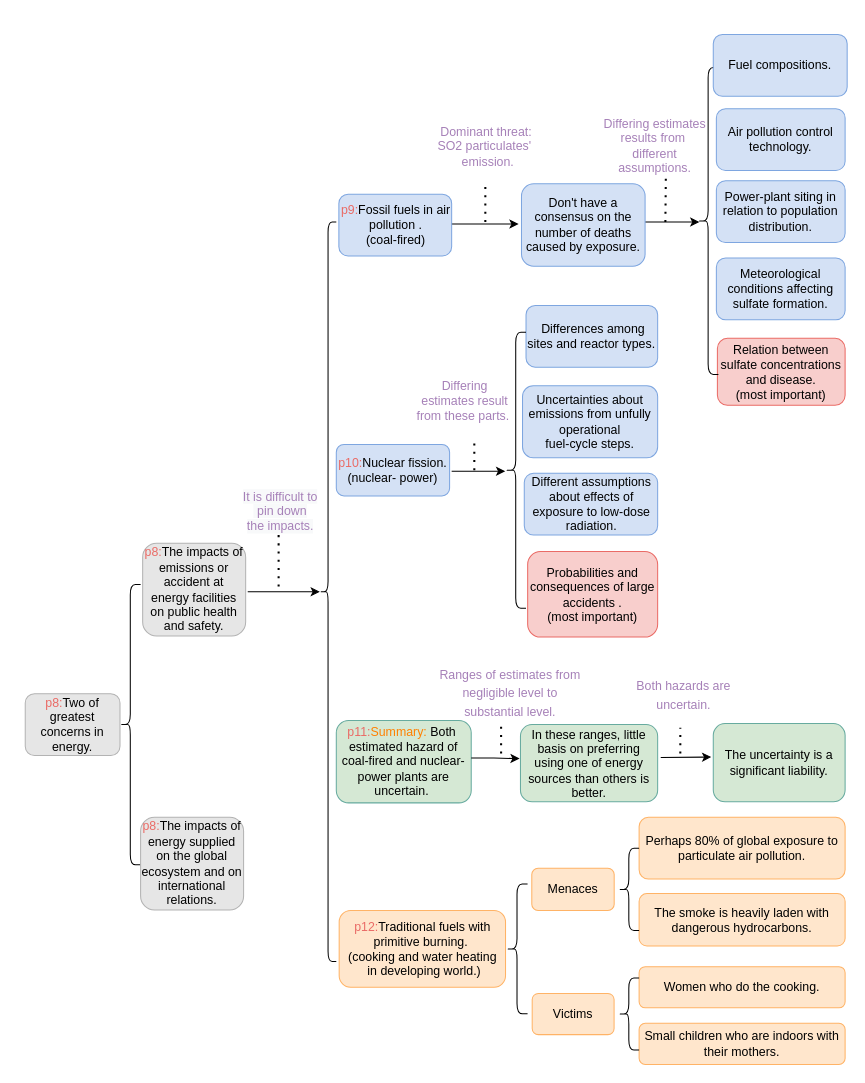
Earlier version of the draw.io diagram mindmap.drawio (limengzhu3211/draw). Source tidied: cells renumbered, new cells numbered last; positions are measured from the earlier drawing's top-left corner, leaving out a move shared by most shapes. Both pictures are drawn from the tidied source at 103%, with x=0, y=0 at pixel (25, 34).
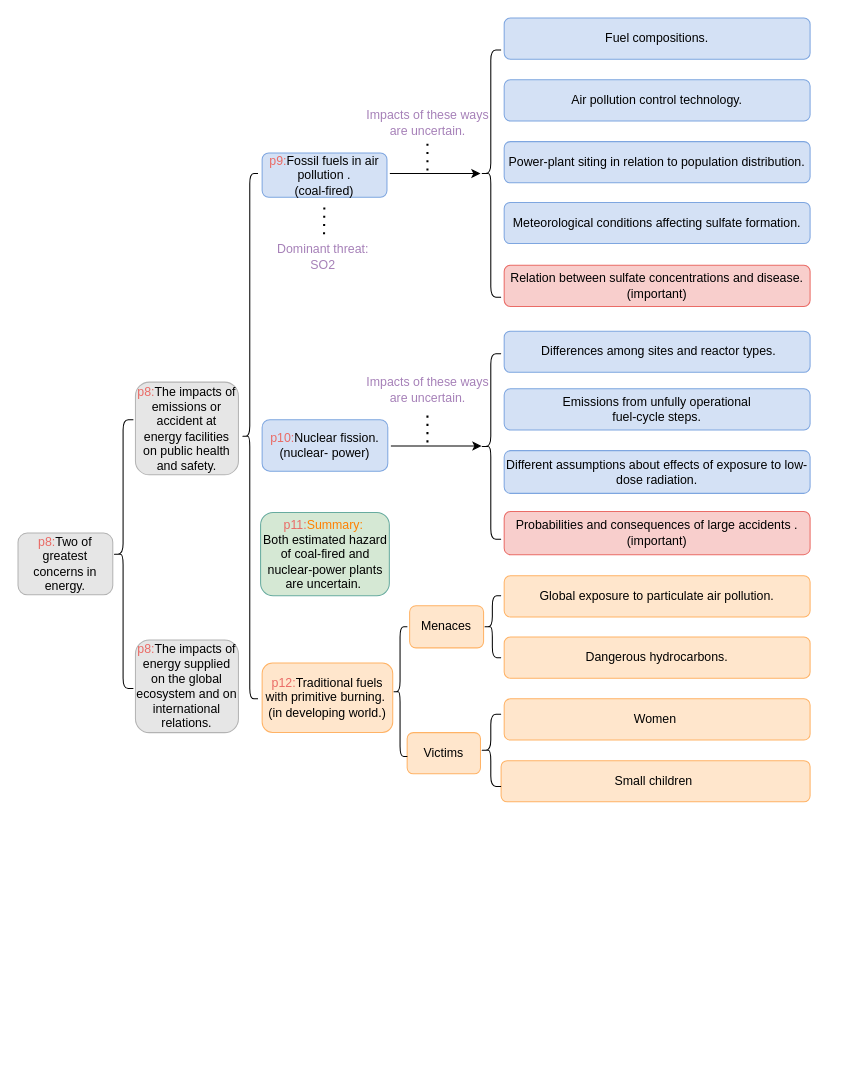
The same page after the edit.

What changed in the source:
```diff
@@
-    <mxCell id="2" style="edgeStyle=orthogonalEdgeStyle;rounded=0;orthogonalLoop=1;jettySize=auto;html=1;" parent="1" edge="1">
-      <mxGeometry relative="1" as="geometry">
-        <mxPoint x="594" y="182" as="sourcePoint" />
-        <mxPoint x="654.5" y="182" as="targetPoint" />
-      </mxGeometry>
-    </mxCell>
     <mxCell id="3" value="&lt;font color=&quot;#ea6b66&quot;&gt;p8:&lt;/font&gt;Two of greatest concerns in energy." style="rounded=1;whiteSpace=wrap;html=1;fillColor=#E6E6E6;strokeColor=#B3B3B3;" parent="1" vertex="1">
-      <mxGeometry y="640" width="92" height="60" as="geometry" />
+      <mxGeometry x="-7" y="484" width="92" height="60" as="geometry" />
     </mxCell>
     <mxCell id="4" style="shape=curlyBracket;whiteSpace=wrap;html=1;rounded=1;size=0.5;" parent="1" vertex="1">
-      <mxGeometry x="92" y="534" width="20" height="272" as="geometry" />
+      <mxGeometry x="85" y="374" width="20" height="261" as="geometry" />
     </mxCell>
     <mxCell id="5" value="&lt;font color=&quot;#ea6b66&quot;&gt;p8:&lt;/font&gt;The impacts of energy supplied on the global ecosystem and on international relations." style="rounded=1;whiteSpace=wrap;html=1;fillColor=#E6E6E6;strokeColor=#B3B3B3;" parent="1" vertex="1">
-      <mxGeometry x="112" y="760" width="100" height="90" as="geometry" />
+      <mxGeometry x="107" y="587.8" width="100" height="90" as="geometry" />
     </mxCell>
     <mxCell id="6" value="&lt;font color=&quot;#ea6b66&quot;&gt;p8:&lt;/font&gt;The impacts of emissions or accident at energy facilities on public health and safety." style="rounded=1;whiteSpace=wrap;html=1;fillColor=#E6E6E6;strokeColor=#B3B3B3;" parent="1" vertex="1">
-      <mxGeometry x="114" y="494" width="100" height="90" as="geometry" />
+      <mxGeometry x="107" y="337.5" width="100" height="90" as="geometry" />
     </mxCell>
     <mxCell id="7" value="&lt;font color=&quot;#ea6b66&quot;&gt;p10:&lt;/font&gt;Nuclear fission.&lt;br&gt;(nuclear- power)" style="rounded=1;whiteSpace=wrap;html=1;fillColor=#D4E1F5;strokeColor=#7EA6E0;" parent="1" vertex="1">
-      <mxGeometry x="302" y="398" width="110" height="50" as="geometry" />
+      <mxGeometry x="230" y="374" width="122" height="50" as="geometry" />
     </mxCell>
     <mxCell id="8" value="Air pollution control technology." style="rounded=1;whiteSpace=wrap;html=1;fillColor=#D4E1F5;strokeColor=#7EA6E0;" parent="1" vertex="1">
-      <mxGeometry x="671" y="72" width="125" height="60" as="geometry" />
+      <mxGeometry x="465" y="44" width="297" height="40" as="geometry" />
     </mxCell>
     <mxCell id="9" value="Power-plant siting in relation to population distribution." style="rounded=1;whiteSpace=wrap;html=1;fillColor=#D4E1F5;strokeColor=#7EA6E0;" parent="1" vertex="1">
-      <mxGeometry x="671" y="142" width="125" height="60" as="geometry" />
+      <mxGeometry x="465" y="104" width="297" height="40" as="geometry" />
     </mxCell>
     <mxCell id="10" value="Meteorological conditions affecting sulfate formation." style="rounded=1;whiteSpace=wrap;html=1;fillColor=#D4E1F5;strokeColor=#7EA6E0;" parent="1" vertex="1">
-      <mxGeometry x="671" y="217" width="125" height="60" as="geometry" />
+      <mxGeometry x="465" y="163" width="297" height="40" as="geometry" />
     </mxCell>
-    <mxCell id="11" value="Relation between sulfate concentrations and disease. &lt;br&gt;(most important)" style="rounded=1;whiteSpace=wrap;html=1;fillColor=#F8CECC;strokeColor=#EA6B66;" parent="1" vertex="1">
-      <mxGeometry x="672" y="295" width="124" height="65" as="geometry" />
+    <mxCell id="11" value="Relation between sulfate concentrations and disease. &lt;br&gt;(important)" style="rounded=1;whiteSpace=wrap;html=1;fillColor=#F8CECC;strokeColor=#EA6B66;" parent="1" vertex="1">
+      <mxGeometry x="465" y="224" width="297" height="40" as="geometry" />
     </mxCell>
     <mxCell id="12" style="shape=curlyBracket;whiteSpace=wrap;html=1;rounded=1;size=0.5;" parent="1" vertex="1">
-      <mxGeometry x="653" y="32" width="20" height="298" as="geometry" />
+      <mxGeometry x="442" y="15" width="20" height="240" as="geometry" />
     </mxCell>
     <mxCell id="13" value="&amp;nbsp;Differences among sites and reactor types." style="rounded=1;whiteSpace=wrap;html=1;fillColor=#D4E1F5;strokeColor=#7EA6E0;" parent="1" vertex="1">
-      <mxGeometry x="486.2" y="263" width="127.8" height="60" as="geometry" />
+      <mxGeometry x="465" y="288" width="297" height="40" as="geometry" />
     </mxCell>
-    <mxCell id="14" value="Uncertainties about emissions from unfully operational&lt;br&gt;fuel-cycle steps." style="rounded=1;whiteSpace=wrap;html=1;fillColor=#D4E1F5;strokeColor=#7EA6E0;" parent="1" vertex="1">
-      <mxGeometry x="482.8" y="341" width="131.2" height="70" as="geometry" />
+    <mxCell id="14" value="Emissions from unfully operational&lt;br&gt;fuel-cycle steps." style="rounded=1;whiteSpace=wrap;html=1;fillColor=#D4E1F5;strokeColor=#7EA6E0;" parent="1" vertex="1">
+      <mxGeometry x="465" y="344" width="297" height="40" as="geometry" />
     </mxCell>
     <mxCell id="15" value="Different assumptions about effects of exposure to low-dose radiation." style="rounded=1;whiteSpace=wrap;html=1;fillColor=#D4E1F5;strokeColor=#7EA6E0;" parent="1" vertex="1">
-      <mxGeometry x="484.5" y="426" width="129.5" height="60" as="geometry" />
+      <mxGeometry x="465" y="404" width="297" height="41.5" as="geometry" />
     </mxCell>
-    <mxCell id="16" value="Probabilities and consequences of large accidents .&lt;br&gt;(most important)" style="rounded=1;whiteSpace=wrap;html=1;fillColor=#F8CECC;strokeColor=#EA6B66;" parent="1" vertex="1">
-      <mxGeometry x="487.8" y="502" width="126.2" height="83" as="geometry" />
+    <mxCell id="16" value="Probabilities and consequences of large accidents .&lt;br&gt;(important)" style="rounded=1;whiteSpace=wrap;html=1;fillColor=#F8CECC;strokeColor=#EA6B66;" parent="1" vertex="1">
+      <mxGeometry x="465" y="463" width="297" height="42" as="geometry" />
     </mxCell>
     <mxCell id="17" style="shape=curlyBracket;whiteSpace=wrap;html=1;rounded=1;size=0.5;" parent="1" vertex="1">
-      <mxGeometry x="466.2" y="289" width="20" height="268" as="geometry" />
+      <mxGeometry x="442" y="310" width="20" height="180" as="geometry" />
     </mxCell>
-    <mxCell id="18" value="In these ranges, little basis on preferring using one of energy sources than others is better." style="rounded=1;whiteSpace=wrap;html=1;fillColor=#D5E8D4;strokeColor=#67AB9F;" parent="1" vertex="1">
-      <mxGeometry x="480.8" y="670" width="133.2" height="75" as="geometry" />
-    </mxCell>
-    <mxCell id="19" value="Perhaps 80% of global exposure to particulate air pollution." style="rounded=1;whiteSpace=wrap;html=1;fillColor=#FFE6CC;strokeColor=#FFB366;" parent="1" vertex="1">
-      <mxGeometry x="596" y="760" width="200" height="60" as="geometry" />
+    <mxCell id="19" value="Global exposure to particulate air pollution." style="rounded=1;whiteSpace=wrap;html=1;fillColor=#FFE6CC;strokeColor=#FFB366;" parent="1" vertex="1">
+      <mxGeometry x="465" y="525.5" width="297" height="40" as="geometry" />
     </mxCell>
-    <mxCell id="20" value="Women who do the cooking." style="rounded=1;whiteSpace=wrap;html=1;fillColor=#FFE6CC;strokeColor=#FFB366;" parent="1" vertex="1">
-      <mxGeometry x="596" y="905" width="200" height="40" as="geometry" />
+    <mxCell id="20" value="Women&amp;nbsp;" style="rounded=1;whiteSpace=wrap;html=1;fillColor=#FFE6CC;strokeColor=#FFB366;" parent="1" vertex="1">
+      <mxGeometry x="465" y="645" width="297" height="40" as="geometry" />
     </mxCell>
-    <mxCell id="21" value="Small children who are indoors with their mothers." style="rounded=1;whiteSpace=wrap;html=1;fillColor=#FFE6CC;strokeColor=#FFB366;" parent="1" vertex="1">
-      <mxGeometry x="596" y="960" width="200" height="40" as="geometry" />
+    <mxCell id="21" value="Small children&amp;nbsp;" style="rounded=1;whiteSpace=wrap;html=1;fillColor=#FFE6CC;strokeColor=#FFB366;" parent="1" vertex="1">
+      <mxGeometry x="462" y="705" width="300" height="40" as="geometry" />
     </mxCell>
     <mxCell id="22" value="Victims" style="rounded=1;whiteSpace=wrap;html=1;fillColor=#FFE6CC;strokeColor=#FFB366;" parent="1" vertex="1">
-      <mxGeometry x="492.2" y="931" width="79.5" height="40" as="geometry" />
+      <mxGeometry x="370.8" y="677.8" width="71.2" height="40" as="geometry" />
     </mxCell>
     <mxCell id="23" style="shape=curlyBracket;whiteSpace=wrap;html=1;rounded=1;size=0.5;" parent="1" vertex="1">
-      <mxGeometry x="576" y="916" width="20" height="70" as="geometry" />
+      <mxGeometry x="442" y="660" width="20" height="70" as="geometry" />
     </mxCell>
-    <mxCell id="24" style="edgeStyle=orthogonalEdgeStyle;rounded=0;orthogonalLoop=1;jettySize=auto;html=1;" parent="1" edge="1">
+    <mxCell id="24" style="edgeStyle=orthogonalEdgeStyle;rounded=0;orthogonalLoop=1;jettySize=auto;html=1;entryX=0.1;entryY=0.5;entryDx=0;entryDy=0;entryPerimeter=0;" parent="1" edge="1">
       <mxGeometry relative="1" as="geometry">
-        <mxPoint x="408" y="184" as="sourcePoint" />
-        <mxPoint x="479" y="184" as="targetPoint" />
+        <mxPoint x="354" y="135" as="sourcePoint" />
+        <mxPoint x="442" y="135" as="targetPoint" />
       </mxGeometry>
     </mxCell>
     <mxCell id="25" value="&lt;font color=&quot;#ea6b66&quot;&gt;p9:&lt;/font&gt;Fossil fuels in air pollution .&lt;br&gt;(coal-fired)" style="rounded=1;whiteSpace=wrap;html=1;fillColor=#D4E1F5;strokeColor=#7EA6E0;" parent="1" vertex="1">
-      <mxGeometry x="304.5" y="155" width="109.5" height="60" as="geometry" />
+      <mxGeometry x="230" y="115" width="121.2" height="43" as="geometry" />
     </mxCell>
     <mxCell id="26" style="shape=curlyBracket;whiteSpace=wrap;html=1;rounded=1;size=0.5;" parent="1" vertex="1">
-      <mxGeometry x="286" y="182" width="16" height="718" as="geometry" />
+      <mxGeometry x="210" y="135" width="16" height="510" as="geometry" />
     </mxCell>
-    <mxCell id="27" value="Don't have a consensus on the number of deaths caused by exposure." style="rounded=1;whiteSpace=wrap;html=1;fillColor=#D4E1F5;strokeColor=#7EA6E0;" parent="1" vertex="1">
-      <mxGeometry x="481.8" y="145" width="120" height="80" as="geometry" />
-    </mxCell>
-    <mxCell id="28" value="&lt;span style=&quot;font-family: &amp;#34;helvetica&amp;#34; ; font-size: 12px ; font-style: normal ; font-weight: 400 ; letter-spacing: normal ; text-indent: 0px ; text-transform: none ; word-spacing: 0px ; background-color: rgb(248 , 249 , 250) ; display: inline ; float: none&quot;&gt;&lt;font color=&quot;#a680b8&quot;&gt;It is difficult to&lt;br&gt;&amp;nbsp;pin down &lt;br&gt;the impacts.&lt;/font&gt;&lt;/span&gt;" style="text;whiteSpace=wrap;html=1;align=center;" parent="1" vertex="1">
-      <mxGeometry x="194" y="435" width="108" height="55" as="geometry" />
-    </mxCell>
-    <mxCell id="29" value="&lt;font color=&quot;#a680b8&quot;&gt;Differing estimates &lt;br&gt;results from&amp;nbsp;&lt;br&gt;different assumptions.&lt;/font&gt;" style="text;html=1;strokeColor=none;fillColor=none;align=center;verticalAlign=middle;whiteSpace=wrap;rounded=0;" parent="1" vertex="1">
-      <mxGeometry x="557.5" y="78" width="106.5" height="60" as="geometry" />
-    </mxCell>
-    <mxCell id="30" style="endArrow=none;dashed=1;html=1;dashPattern=1 3;strokeWidth=2;" parent="1" edge="1">
-      <mxGeometry relative="1" as="geometry">
-        <mxPoint x="621.5" y="182" as="sourcePoint" />
-        <mxPoint x="622" y="134" as="targetPoint" />
-      </mxGeometry>
-    </mxCell>
-    <mxCell id="31" style="endArrow=none;dashed=1;html=1;dashPattern=1 3;strokeWidth=2;entryX=0.5;entryY=1;entryDx=0;entryDy=0;" parent="1" edge="1">
-      <mxGeometry relative="1" as="geometry">
-        <mxPoint x="246" y="536" as="sourcePoint" />
-        <mxPoint x="246" y="484" as="targetPoint" />
-      </mxGeometry>
-    </mxCell>
-    <mxCell id="32" style="edgeStyle=orthogonalEdgeStyle;rounded=0;orthogonalLoop=1;jettySize=auto;html=1;" parent="1" edge="1">
-      <mxGeometry relative="1" as="geometry">
-        <mxPoint x="414" y="424" as="sourcePoint" />
-        <mxPoint x="466" y="424" as="targetPoint" />
-      </mxGeometry>
-    </mxCell>
-    <mxCell id="33" value="&lt;font color=&quot;#a680b8&quot;&gt;Differing &lt;br&gt;estimates result from these parts.&amp;nbsp;&lt;/font&gt;" style="text;html=1;strokeColor=none;fillColor=none;align=center;verticalAlign=middle;whiteSpace=wrap;rounded=0;" parent="1" vertex="1">
-      <mxGeometry x="376" y="320" width="102" height="71" as="geometry" />
+    <mxCell id="33" value="&lt;font color=&quot;#a680b8&quot;&gt;Impacts of these ways&lt;br&gt;are uncertain.&lt;br&gt;&lt;/font&gt;" style="text;html=1;strokeColor=none;fillColor=none;align=center;verticalAlign=middle;whiteSpace=wrap;rounded=0;" parent="1" vertex="1">
+      <mxGeometry x="326" y="56" width="130" height="59" as="geometry" />
     </mxCell>
-    <mxCell id="34" style="endArrow=none;dashed=1;html=1;dashPattern=1 3;strokeWidth=2;" parent="1" edge="1">
-      <mxGeometry relative="1" as="geometry">
-        <mxPoint x="436" y="423" as="sourcePoint" />
-        <mxPoint x="436" y="395" as="targetPoint" />
-      </mxGeometry>
-    </mxCell>
-    <mxCell id="35" value="&lt;span style=&quot;font-family: &amp;#34;helvetica&amp;#34;&quot;&gt;&lt;font color=&quot;#ea6b66&quot;&gt;p11:&lt;/font&gt;&lt;font color=&quot;#ff8000&quot;&gt;Summary:&lt;/font&gt;&amp;nbsp;&lt;/span&gt;&lt;span style=&quot;font-family: &amp;#34;helvetica&amp;#34;&quot;&gt;Both&amp;nbsp;&lt;/span&gt;&lt;span style=&quot;font-family: &amp;#34;helvetica&amp;#34;&quot;&gt;&lt;br&gt;estimated hazard of coal-fired and nuclear-power plants are uncertain.&amp;nbsp;&lt;/span&gt;" style="rounded=1;whiteSpace=wrap;html=1;fillColor=#D5E8D4;strokeColor=#67AB9F;" parent="1" vertex="1">
-      <mxGeometry x="302" y="666" width="131" height="80" as="geometry" />
+    <mxCell id="35" value="&lt;span style=&quot;font-family: &amp;#34;helvetica&amp;#34;&quot;&gt;&lt;font color=&quot;#ea6b66&quot;&gt;p11:&lt;/font&gt;&lt;font color=&quot;#ff8000&quot;&gt;Summary:&lt;/font&gt;&amp;nbsp;&lt;br&gt;&lt;/span&gt;&lt;span style=&quot;font-family: &amp;#34;helvetica&amp;#34;&quot;&gt;Both&amp;nbsp;&lt;/span&gt;&lt;span style=&quot;font-family: &amp;#34;helvetica&amp;#34;&quot;&gt;estimated hazard of coal-fired and nuclear-power plants are uncertain.&amp;nbsp;&lt;/span&gt;" style="rounded=1;whiteSpace=wrap;html=1;fillColor=#D5E8D4;strokeColor=#67AB9F;" parent="1" vertex="1">
+      <mxGeometry x="228.5" y="464" width="125" height="81" as="geometry" />
     </mxCell>
-    <mxCell id="36" value="&lt;span style=&quot;font-family: &amp;#34;helvetica&amp;#34;&quot;&gt;&lt;font color=&quot;#a680b8&quot;&gt;Dominant threat:&amp;nbsp;&lt;br&gt;SO2&amp;nbsp;&lt;/font&gt;&lt;/span&gt;&lt;span style=&quot;color: rgb(166 , 128 , 184) ; font-family: &amp;#34;helvetica&amp;#34;&quot;&gt;particulates'&amp;nbsp;&amp;nbsp;&lt;/span&gt;&lt;span style=&quot;font-family: &amp;#34;helvetica&amp;#34;&quot;&gt;&lt;font color=&quot;#a680b8&quot;&gt;&lt;br&gt;emission.&lt;/font&gt;&lt;/span&gt;" style="text;html=1;strokeColor=none;fillColor=none;align=center;verticalAlign=middle;whiteSpace=wrap;rounded=0;" parent="1" vertex="1">
-      <mxGeometry x="397.5" y="63" width="102.5" height="92" as="geometry" />
+    <mxCell id="36" value="&lt;span style=&quot;font-family: &amp;#34;helvetica&amp;#34;&quot;&gt;&lt;font color=&quot;#a680b8&quot;&gt;Dominant threat:&amp;nbsp;&lt;br&gt;SO2&amp;nbsp;&lt;/font&gt;&lt;/span&gt;" style="text;html=1;strokeColor=none;fillColor=none;align=center;verticalAlign=middle;whiteSpace=wrap;rounded=0;" parent="1" vertex="1">
+      <mxGeometry x="237.6" y="196" width="106" height="40" as="geometry" />
     </mxCell>
-    <mxCell id="37" style="endArrow=none;dashed=1;html=1;dashPattern=1 3;strokeWidth=2;entryX=0.5;entryY=1;entryDx=0;entryDy=0;" parent="1" edge="1">
+    <mxCell id="37" style="endArrow=none;dashed=1;html=1;dashPattern=1 3;strokeWidth=2;" parent="1" edge="1">
       <mxGeometry relative="1" as="geometry">
-        <mxPoint x="446.7" y="182" as="sourcePoint" />
-        <mxPoint x="446.7" y="142" as="targetPoint" />
+        <mxPoint x="290.1" y="194" as="sourcePoint" />
+        <mxPoint x="290.4" y="167" as="targetPoint" />
       </mxGeometry>
     </mxCell>
-    <mxCell id="38" value="&lt;span&gt;The smoke is heavily laden with dangerous hydrocarbons.&lt;/span&gt;" style="rounded=1;whiteSpace=wrap;html=1;fillColor=#FFE6CC;strokeColor=#FFB366;" parent="1" vertex="1">
-      <mxGeometry x="596" y="834" width="200" height="51" as="geometry" />
+    <mxCell id="38" value="&lt;span&gt;Dangerous hydrocarbons.&lt;/span&gt;" style="rounded=1;whiteSpace=wrap;html=1;fillColor=#FFE6CC;strokeColor=#FFB366;" parent="1" vertex="1">
+      <mxGeometry x="465" y="585" width="297" height="40" as="geometry" />
     </mxCell>
     <mxCell id="39" value="Menaces" style="rounded=1;whiteSpace=wrap;html=1;fillColor=#FFE6CC;strokeColor=#FFB366;" parent="1" vertex="1">
-      <mxGeometry x="491.8" y="809.5" width="80" height="41" as="geometry" />
+      <mxGeometry x="373.2" y="554.5" width="71.8" height="41" as="geometry" />
     </mxCell>
     <mxCell id="40" style="shape=curlyBracket;whiteSpace=wrap;html=1;rounded=1;" parent="1" vertex="1">
-      <mxGeometry x="467.2" y="824.8" width="20.5" height="126" as="geometry" />
+      <mxGeometry x="356.8" y="575" width="14.2" height="126" as="geometry" />
     </mxCell>
     <mxCell id="41" style="shape=curlyBracket;whiteSpace=wrap;html=1;rounded=1;size=0.5;" parent="1" vertex="1">
-      <mxGeometry x="576" y="790" width="20" height="80" as="geometry" />
+      <mxGeometry x="445" y="545" width="17" height="60" as="geometry" />
     </mxCell>
-    <mxCell id="42" value="&lt;p class=&quot;MsoNormal&quot; style=&quot;line-height: 150%&quot;&gt;&lt;span lang=&quot;EN-US&quot;&gt;&lt;font color=&quot;#a680b8&quot;&gt;Ranges of estimates from negligible level to substantial level.&lt;/font&gt;&lt;/span&gt;&lt;/p&gt;" style="text;html=1;strokeColor=none;fillColor=none;align=center;verticalAlign=middle;whiteSpace=wrap;rounded=0;" parent="1" vertex="1">
-      <mxGeometry x="396" y="614" width="150" height="50" as="geometry" />
-    </mxCell>
-    <mxCell id="43" style="endArrow=none;dashed=1;html=1;dashPattern=1 3;strokeWidth=2;" parent="1" edge="1">
-      <mxGeometry relative="1" as="geometry">
-        <mxPoint x="462" y="698" as="sourcePoint" />
-        <mxPoint x="462" y="672" as="targetPoint" />
-      </mxGeometry>
-    </mxCell>
-    <mxCell id="44" style="edgeStyle=orthogonalEdgeStyle;rounded=0;orthogonalLoop=1;jettySize=auto;html=1;" parent="1" edge="1">
-      <mxGeometry relative="1" as="geometry">
-        <mxPoint x="433" y="702.5" as="sourcePoint" />
-        <mxPoint x="480" y="703" as="targetPoint" />
-        <Array as="points">
-          <mxPoint x="455" y="703" />
-          <mxPoint x="455" y="703" />
-        </Array>
-      </mxGeometry>
-    </mxCell>
-    <mxCell id="45" style="endArrow=classic;html=1;exitX=1;exitY=0.5;exitDx=0;exitDy=0;" parent="1" edge="1">
-      <mxGeometry relative="1" as="geometry">
-        <mxPoint x="216" y="541" as="sourcePoint" />
-        <mxPoint x="286" y="541" as="targetPoint" />
-      </mxGeometry>
-    </mxCell>
     <mxCell id="46" value="Fuel compositions." style="rounded=1;whiteSpace=wrap;html=1;fillColor=#D4E1F5;strokeColor=#7EA6E0;" parent="1" vertex="1">
-      <mxGeometry x="668" width="130" height="60" as="geometry" />
+      <mxGeometry x="465" y="-16" width="297" height="40" as="geometry" />
     </mxCell>
-    <mxCell id="47" style="edgeStyle=orthogonalEdgeStyle;rounded=0;orthogonalLoop=1;jettySize=auto;html=1;" parent="1" edge="1">
-      <mxGeometry relative="1" as="geometry">
-        <mxPoint x="617" y="702" as="sourcePoint" />
-        <mxPoint x="666" y="701.5" as="targetPoint" />
-        <Array as="points">
-          <mxPoint x="617" y="702" />
-          <mxPoint x="617" y="702" />
-        </Array>
-      </mxGeometry>
-    </mxCell>
-    <mxCell id="48" style="endArrow=none;dashed=1;html=1;dashPattern=1 3;strokeWidth=2;" parent="1" edge="1">
-      <mxGeometry relative="1" as="geometry">
-        <mxPoint x="636" y="698" as="sourcePoint" />
-        <mxPoint x="636" y="673" as="targetPoint" />
-      </mxGeometry>
-    </mxCell>
-    <mxCell id="49" value="The uncertainty is a significant liability." style="rounded=1;whiteSpace=wrap;html=1;fillColor=#D5E8D4;strokeColor=#67AB9F;" parent="1" vertex="1">
-      <mxGeometry x="668" y="669" width="128" height="76" as="geometry" />
-    </mxCell>
-    <mxCell id="50" value="&lt;p class=&quot;MsoNormal&quot; style=&quot;line-height: 150%&quot;&gt;&lt;font color=&quot;#a680b8&quot;&gt;Both hazards are uncertain.&lt;/font&gt;&lt;/p&gt;" style="text;html=1;strokeColor=none;fillColor=none;align=center;verticalAlign=middle;whiteSpace=wrap;rounded=0;" parent="1" vertex="1">
-      <mxGeometry x="585" y="616" width="109" height="50" as="geometry" />
-    </mxCell>
-    <mxCell id="51" value="&lt;font color=&quot;#ea6b66&quot;&gt;p12:&lt;/font&gt;Traditional fuels with primitive burning.&amp;nbsp;&lt;br&gt;(cooking and water heating&lt;br&gt;&amp;nbsp;in developing world.)" style="rounded=1;whiteSpace=wrap;html=1;fillColor=#FFE6CC;strokeColor=#FFB366;" parent="1" vertex="1">
-      <mxGeometry x="304.8" y="850.5" width="161.5" height="74.5" as="geometry" />
+    <mxCell id="51" value="&lt;font color=&quot;#ea6b66&quot;&gt;p12:&lt;/font&gt;Traditional fuels with primitive burning.&amp;nbsp;&lt;br&gt;(in developing world.)" style="rounded=1;whiteSpace=wrap;html=1;fillColor=#FFE6CC;strokeColor=#FFB366;" parent="1" vertex="1">
+      <mxGeometry x="230" y="610.2" width="126.8" height="67.5" as="geometry" />
     </mxCell>
+    <mxCell id="52" style="edgeStyle=orthogonalEdgeStyle;rounded=0;orthogonalLoop=1;jettySize=auto;html=1;entryX=0.1;entryY=0.5;entryDx=0;entryDy=0;entryPerimeter=0;" parent="1" edge="1">
+      <mxGeometry relative="1" as="geometry">
+        <mxPoint x="355" y="399.5" as="sourcePoint" />
+        <mxPoint x="443" y="399.5" as="targetPoint" />
+      </mxGeometry>
+    </mxCell>
+    <mxCell id="53" style="endArrow=none;dashed=1;html=1;dashPattern=1 3;strokeWidth=2;" parent="1" edge="1">
+      <mxGeometry relative="1" as="geometry">
+        <mxPoint x="390.5" y="132" as="sourcePoint" />
+        <mxPoint x="390.5" y="104" as="targetPoint" />
+      </mxGeometry>
+    </mxCell>
+    <mxCell id="54" style="endArrow=none;dashed=1;html=1;dashPattern=1 3;strokeWidth=2;" parent="1" edge="1">
+      <mxGeometry relative="1" as="geometry">
+        <mxPoint x="390.5" y="396" as="sourcePoint" />
+        <mxPoint x="390.5" y="368" as="targetPoint" />
+      </mxGeometry>
+    </mxCell>
+    <mxCell id="55" value="&lt;font color=&quot;#a680b8&quot;&gt;Impacts of these ways&lt;br&gt;are uncertain.&lt;br&gt;&lt;/font&gt;" style="text;html=1;strokeColor=none;fillColor=none;align=center;verticalAlign=middle;whiteSpace=wrap;rounded=0;" parent="1" vertex="1">
+      <mxGeometry x="326" y="315" width="130" height="59" as="geometry" />
+    </mxCell>
```
